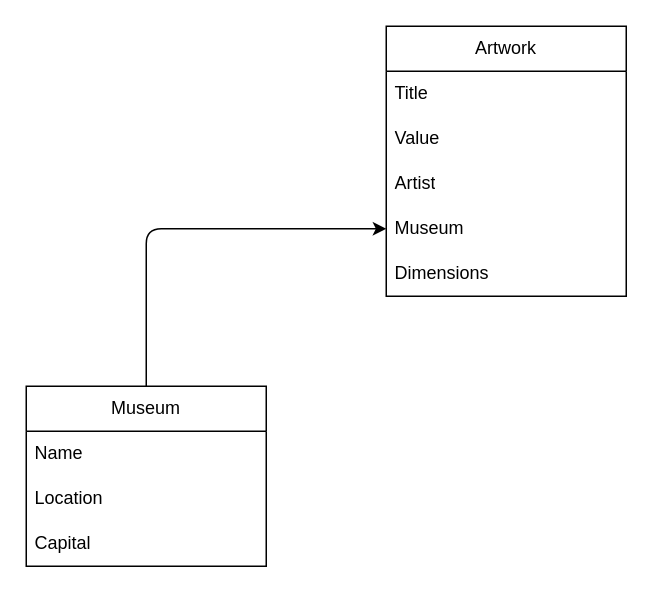
stforrester/Art-Museum-Manager keeps this draw.io diagram as Art-Museum-Manager_ERD.drawio. Above is the earlier version. Source tidied: cells renumbered, new cells numbered last; positions are measured from the earlier drawing's top-left corner, leaving out a move shared by most shapes. Both pictures are drawn from the tidied source at 150%, with x=0, y=0 at pixel (26, 26).
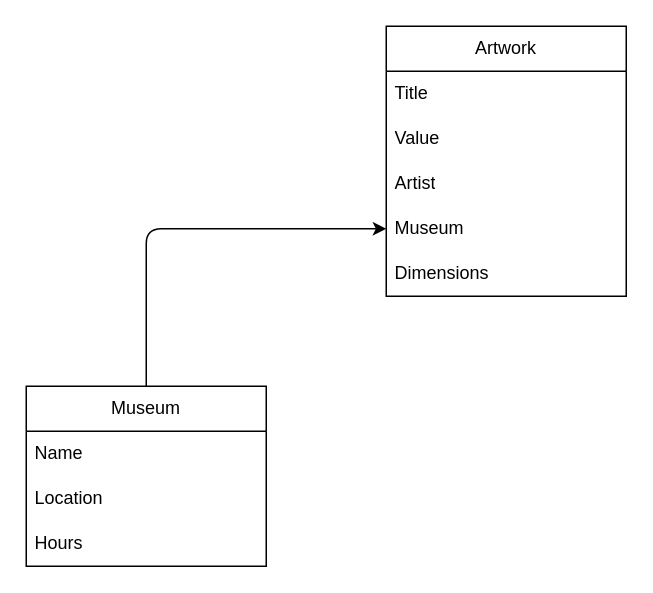
Above is the later version.

Diff of the diagram source:
```diff
@@
 <mxGraphModel>
   <root>
     <mxCell id="0" />
     <mxCell id="1" parent="0" />
     <mxCell id="2" value="Artwork" style="swimlane;fontStyle=0;horizontal=1;startSize=30;whiteSpace=wrap;html=1;" parent="1" vertex="1">
       <mxGeometry x="240" width="160" height="180" as="geometry" />
     </mxCell>
     <mxCell id="3" value="Title" style="text;strokeColor=none;fillColor=none;align=left;verticalAlign=middle;spacingLeft=4;spacingRight=4;overflow=hidden;whiteSpace=wrap;html=1;" parent="2" vertex="1">
       <mxGeometry y="30" width="160" height="30" as="geometry" />
     </mxCell>
     <mxCell id="4" value="Value" style="text;strokeColor=none;fillColor=none;align=left;verticalAlign=middle;spacingLeft=4;spacingRight=4;overflow=hidden;whiteSpace=wrap;html=1;" parent="2" vertex="1">
       <mxGeometry y="60" width="160" height="30" as="geometry" />
     </mxCell>
     <mxCell id="5" value="Artist" style="text;strokeColor=none;fillColor=none;align=left;verticalAlign=middle;spacingLeft=4;spacingRight=4;overflow=hidden;whiteSpace=wrap;html=1;" parent="2" vertex="1">
       <mxGeometry y="90" width="160" height="30" as="geometry" />
     </mxCell>
     <mxCell id="6" value="Museum" style="text;strokeColor=none;fillColor=none;align=left;verticalAlign=middle;spacingLeft=4;spacingRight=4;overflow=hidden;points=[[0,0.5],[1,0.5]];portConstraint=eastwest;whiteSpace=wrap;html=1;" parent="2" vertex="1">
       <mxGeometry y="120" width="160" height="30" as="geometry" />
     </mxCell>
     <mxCell id="7" value="Dimensions" style="text;strokeColor=none;fillColor=none;align=left;verticalAlign=middle;spacingLeft=4;spacingRight=4;overflow=hidden;whiteSpace=wrap;html=1;" parent="2" vertex="1">
       <mxGeometry y="150" width="160" height="30" as="geometry" />
     </mxCell>
     <mxCell id="8" style="edgeStyle=orthogonalEdgeStyle;html=1;exitX=0.5;exitY=0;exitDx=0;exitDy=0;entryX=0;entryY=0.5;entryDx=0;entryDy=0;" parent="1" edge="1" source="9" target="6">
       <mxGeometry relative="1" as="geometry" />
     </mxCell>
     <mxCell id="9" value="Museum" style="swimlane;fontStyle=0;horizontal=1;startSize=30;whiteSpace=wrap;html=1;" parent="1" vertex="1">
       <mxGeometry y="240" width="160" height="120" as="geometry" />
     </mxCell>
     <mxCell id="10" value="Name" style="text;strokeColor=none;fillColor=none;align=left;verticalAlign=middle;spacingLeft=4;spacingRight=4;overflow=hidden;whiteSpace=wrap;html=1;" parent="9" vertex="1">
       <mxGeometry y="30" width="160" height="30" as="geometry" />
     </mxCell>
     <mxCell id="11" value="Location" style="text;strokeColor=none;fillColor=none;align=left;verticalAlign=middle;spacingLeft=4;spacingRight=4;overflow=hidden;whiteSpace=wrap;html=1;" parent="9" vertex="1">
       <mxGeometry y="60" width="160" height="30" as="geometry" />
     </mxCell>
-    <mxCell id="12" value="Capital" style="text;strokeColor=none;fillColor=none;align=left;verticalAlign=middle;spacingLeft=4;spacingRight=4;overflow=hidden;whiteSpace=wrap;html=1;" parent="9" vertex="1">
+    <mxCell id="12" value="Hours" style="text;strokeColor=none;fillColor=none;align=left;verticalAlign=middle;spacingLeft=4;spacingRight=4;overflow=hidden;whiteSpace=wrap;html=1;" parent="9" vertex="1">
       <mxGeometry y="90" width="160" height="30" as="geometry" />
     </mxCell>
   </root>
 </mxGraphModel>
```
